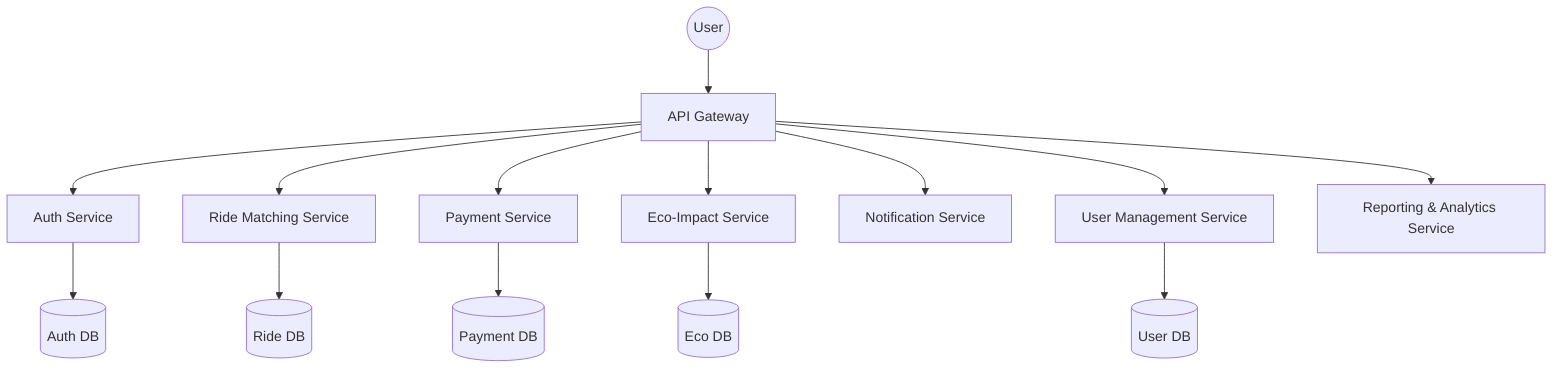
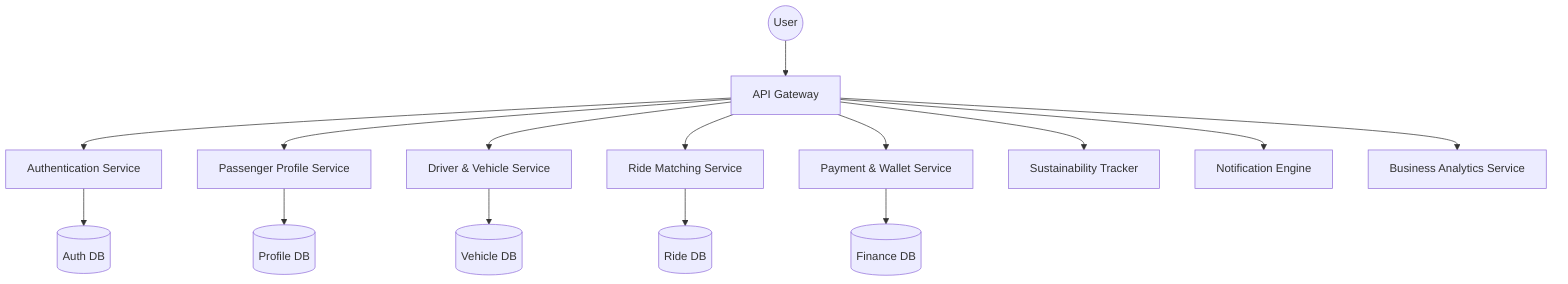
graph TD
  User((User)) --> Gateway[API Gateway]

-   Gateway --> AuthService[Auth Service]
-   Gateway --> RideService[Ride Matching Service]
-   Gateway --> PaymentService[Payment Service]
-   Gateway --> EcoService[Eco-Impact Service]
-   Gateway --> NotifService[Notification Service]
-   Gateway --> UserService[User Management Service]
-   Gateway --> ReportService[Reporting & Analytics Service]
+   Gateway --> S1[Authentication Service]
+   Gateway --> S2[Passenger Profile Service]
+   Gateway --> S3[Driver & Vehicle Service]
+   Gateway --> S4[Ride Matching Service]
+   Gateway --> S5[Payment & Wallet Service]
+   Gateway --> S6[Sustainability Tracker]
+   Gateway --> S7[Notification Engine]
+   Gateway --> S8[Business Analytics Service]

-   AuthService --> AuthDB[(Auth DB)]
-   RideService --> RideDB[(Ride DB)]
-   PaymentService --> PayDB[(Payment DB)]
-   UserService --> UserDB[(User DB)]
-   EcoService --> EcoDB[(Eco DB)]+   S1 --> DB1[(Auth DB)]
+   S2 --> DB2[(Profile DB)]
+   S3 --> DB3[(Vehicle DB)]
+   S4 --> DB4[(Ride DB)]
+   S5 --> DB5[(Finance DB)]